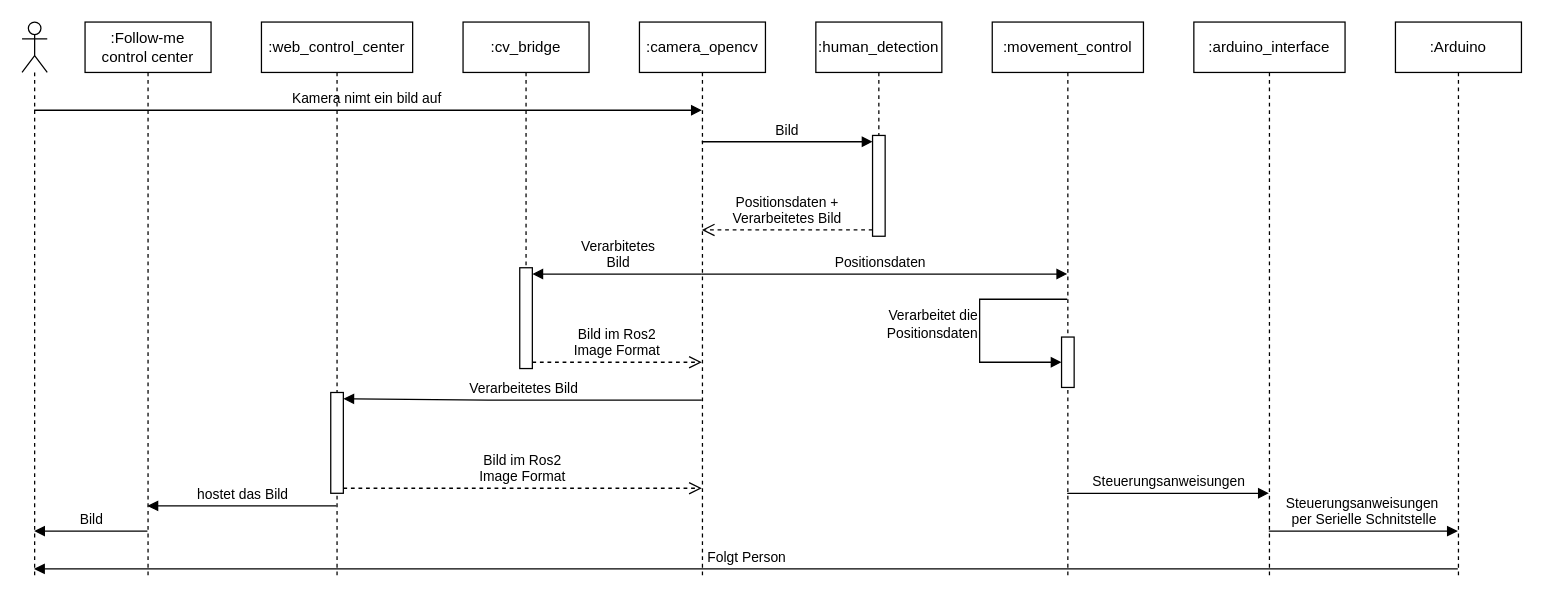
Earlier version of the draw.io diagram page "Sequenzdiagram" (6 of 6) of Documentation/development/images/Desing_Entwurf_7.drawio (tBuddy00/Follow-Me-Roboter). Source tidied: cells renumbered, new cells numbered last; positions are measured from the earlier drawing's top-left corner, leaving out a move shared by most shapes. Both pictures are drawn from the tidied source at 126%, with x=0, y=0 at pixel (21, 21).
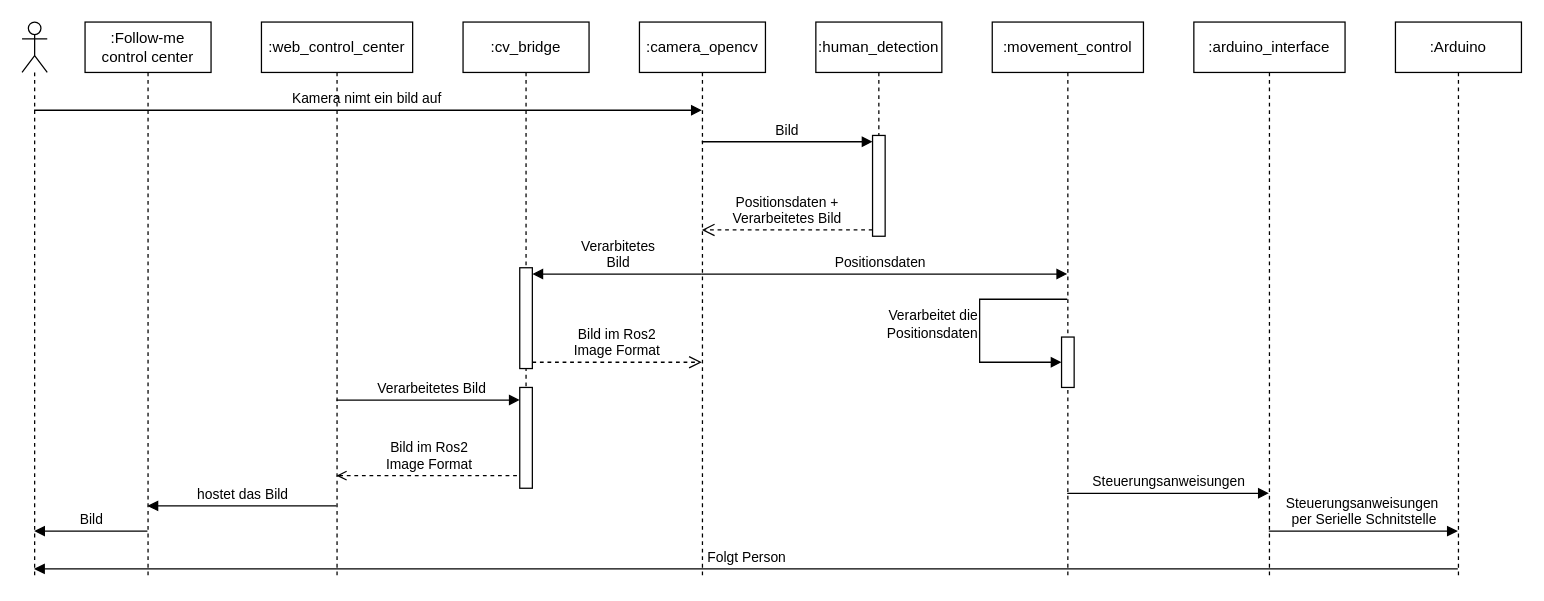
The same diagram, later.

Unchanged cells that the change refers to:
```xml
<mxCell id="3" value=":camera_opencv" style="shape=umlLifeline;perimeter=lifelinePerimeter;whiteSpace=wrap;html=1;outlineConnect=0;portConstraint=eastwest;newEdgeStyle={&quot;curved&quot;:0,&quot;rounded&quot;:0};" parent="1" vertex="1">
  <mxGeometry x="490" width="100" height="440" as="geometry" />
</mxCell>
<mxCell id="7" value=":web_control_center" style="shape=umlLifeline;perimeter=lifelinePerimeter;whiteSpace=wrap;html=1;outlineConnect=0;portConstraint=eastwest;newEdgeStyle={&quot;curved&quot;:0,&quot;rounded&quot;:0};" parent="1" vertex="1">
  <mxGeometry x="190" width="120" height="440" as="geometry" />
</mxCell>
```

The edit, as a diff of the source:
```diff
@@
-    <mxCell id="8" style="html=1;points=[[0,0,0,0,5],[0,1,0,0,-5],[1,0,0,0,5],[1,1,0,0,-5]];perimeter=orthogonalPerimeter;outlineConnect=0;targetShapes=umlLifeline;portConstraint=eastwest;newEdgeStyle={&quot;curved&quot;:0,&quot;rounded&quot;:0};" parent="7" vertex="1">
-      <mxGeometry x="55" y="294" width="10" height="80" as="geometry" />
-    </mxCell>
@@
-    <mxCell id="12" value="Verarbeitetes Bild" style="html=1;verticalAlign=bottom;endArrow=block;curved=0;rounded=0;entryX=1;entryY=0;entryDx=0;entryDy=5;entryPerimeter=0;" parent="1" edge="1" source="3" target="8">
-      <mxGeometry relative="1" as="geometry">
+    <mxCell id="12" value="Verarbeitetes Bild" style="html=1;verticalAlign=bottom;endArrow=block;curved=0;rounded=0;" parent="1" edge="1" source="7" target="8">
+      <mxGeometry x="0.03" relative="1" as="geometry">
         <Array as="points">
           <mxPoint x="370" y="300" />
         </Array>
       </mxGeometry>
     </mxCell>
@@
     <mxCell id="20" value=":cv_bridge" style="shape=umlLifeline;perimeter=lifelinePerimeter;whiteSpace=wrap;html=1;newEdgeStyle={&quot;curved&quot;:0,&quot;rounded&quot;:0};" parent="1" vertex="1">
-      <mxGeometry x="350" width="100" height="270" as="geometry" />
+      <mxGeometry x="350" width="100" height="360" as="geometry" />
     </mxCell>
@@
-    <mxCell id="28" value="Bild im Ros2 &lt;br&gt;Image Format" style="html=1;verticalAlign=bottom;endArrow=open;dashed=1;endSize=8;curved=0;rounded=0;" parent="1" edge="1">
+    <mxCell id="28" value="Bild im Ros2 &lt;br&gt;Image Format" style="html=1;verticalAlign=bottom;endArrow=none;dashed=1;endSize=8;curved=0;rounded=0;startArrow=open;startFill=0;endFill=0;" parent="1" edge="1" source="7">
       <mxGeometry relative="1" as="geometry">
-        <mxPoint x="255" y="370" as="sourcePoint" />
-        <mxPoint x="539.5" y="370" as="targetPoint" />
+        <mxPoint x="395" y="360" as="targetPoint" />
       </mxGeometry>
     </mxCell>
+    <mxCell id="8" style="html=1;points=[[0,0,0,0,5],[0,1,0,0,-5],[1,0,0,0,5],[1,1,0,0,-5]];perimeter=orthogonalPerimeter;outlineConnect=0;targetShapes=umlLifeline;portConstraint=eastwest;newEdgeStyle={&quot;curved&quot;:0,&quot;rounded&quot;:0};" parent="1" vertex="1">
+      <mxGeometry x="395" y="290" width="10" height="80" as="geometry" />
+    </mxCell>
```
